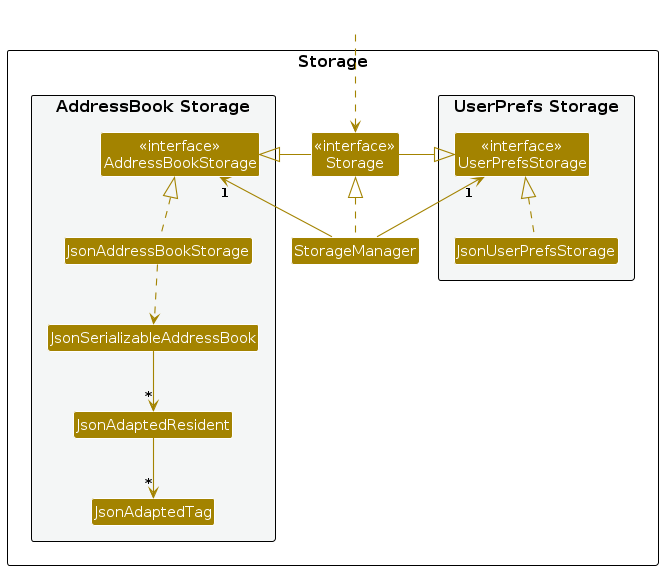
The PlantUML diagram diagrams/StorageClassDiagram.png in AY2526S2-CS2103-T11-4/tp, before a commit. Its source is kept beside it as diagrams/StorageClassDiagram.puml. Its diagram source:
```plantuml
@startuml
!include style.puml
skinparam arrowThickness 1.1
skinparam arrowColor STORAGE_COLOR
skinparam classBackgroundColor STORAGE_COLOR

package Storage as StoragePackage {

package "UserPrefs Storage" #F4F6F6{
Class "<<interface>>\nUserPrefsStorage" as UserPrefsStorage
Class JsonUserPrefsStorage
}

Class "<<interface>>\nStorage" as Storage
Class StorageManager

package "AddressBook Storage" #F4F6F6{
Class "<<interface>>\nAddressBookStorage" as AddressBookStorage
Class JsonAddressBookStorage
Class JsonSerializableAddressBook
Class JsonAdaptedResident
Class JsonAdaptedTag
}

}

Class HiddenOutside #FFFFFF
HiddenOutside ..> Storage

StorageManager .up.|> Storage
StorageManager -up-> "1" UserPrefsStorage
StorageManager -up-> "1" AddressBookStorage

Storage -left-|> UserPrefsStorage
Storage -right-|> AddressBookStorage

JsonUserPrefsStorage .up.|> UserPrefsStorage
JsonAddressBookStorage .up.|> AddressBookStorage
JsonAddressBookStorage ..> JsonSerializableAddressBook
JsonSerializableAddressBook --> "*" JsonAdaptedResident
JsonAdaptedResident --> "*" JsonAdaptedTag

@enduml
```
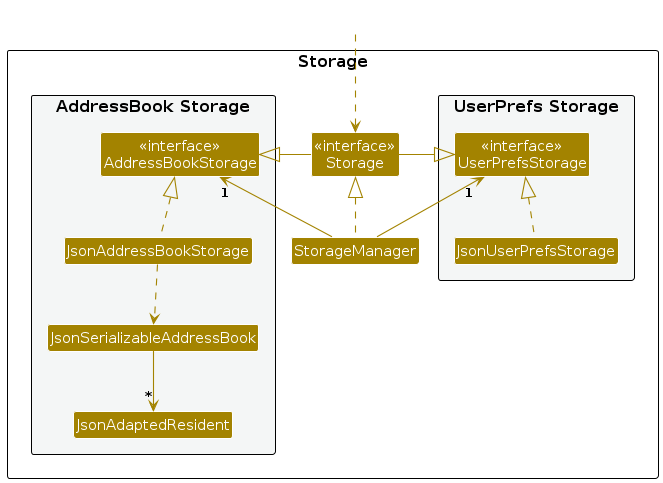
The same diagram one commit later.

The edit, as a diff of the source:
```diff
@@ -19,7 +19,6 @@
 Class JsonAddressBookStorage
 Class JsonSerializableAddressBook
 Class JsonAdaptedResident
-Class JsonAdaptedTag
 }
 
 }
@@ -38,6 +37,5 @@
 JsonAddressBookStorage .up.|> AddressBookStorage
 JsonAddressBookStorage ..> JsonSerializableAddressBook
 JsonSerializableAddressBook --> "*" JsonAdaptedResident
-JsonAdaptedResident --> "*" JsonAdaptedTag
 
 @enduml
```
